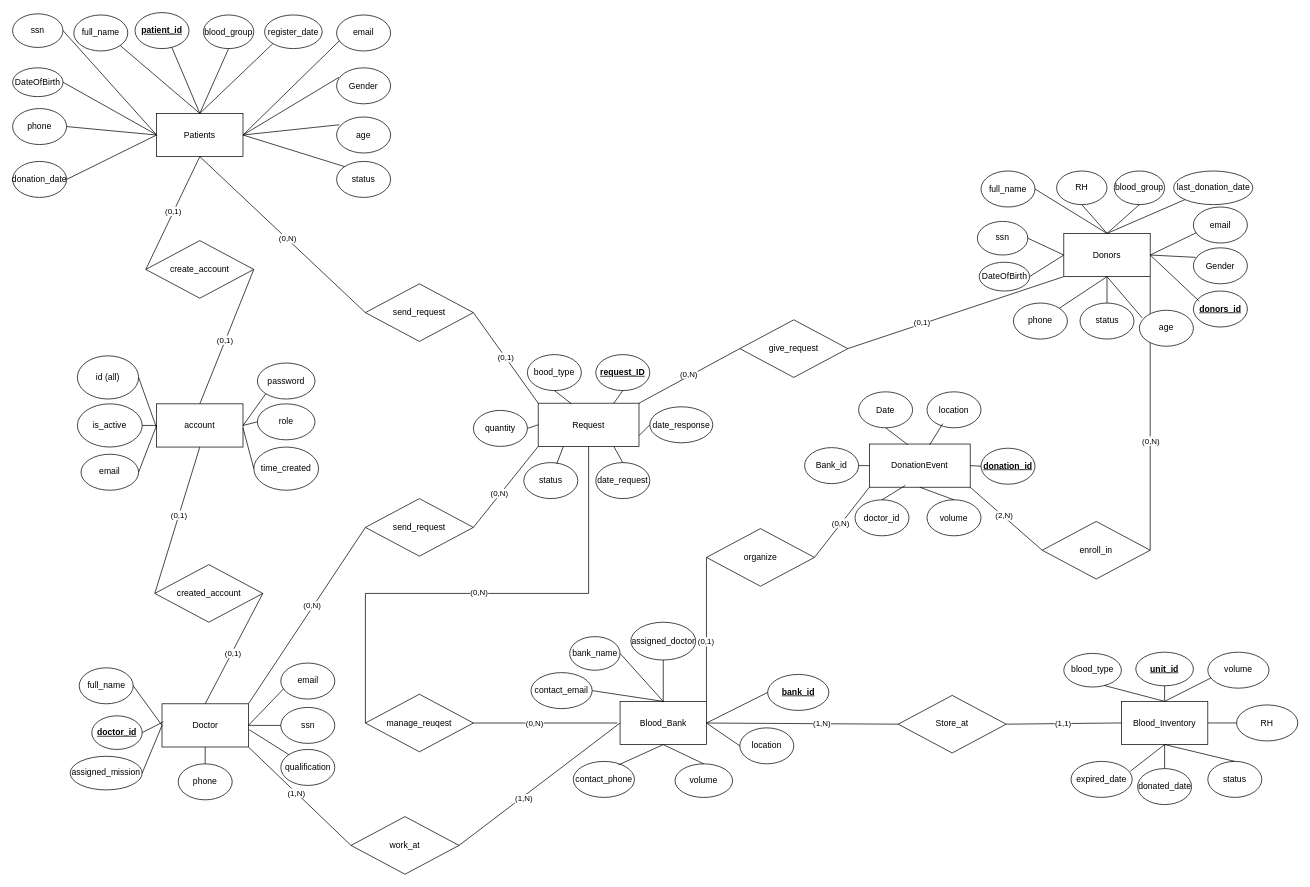
This is ERD/ERD_Blood_Donation.drawio from MinhMan1301/blood_donation_project_group_4, a draw.io file, before an edit. Source tidied: cells renumbered, new cells numbered last; positions are measured from the earlier drawing's top-left corner, leaving out a move shared by most shapes. Both pictures are drawn from the tidied source at 72%, with x=0, y=0 at pixel (12, 12).
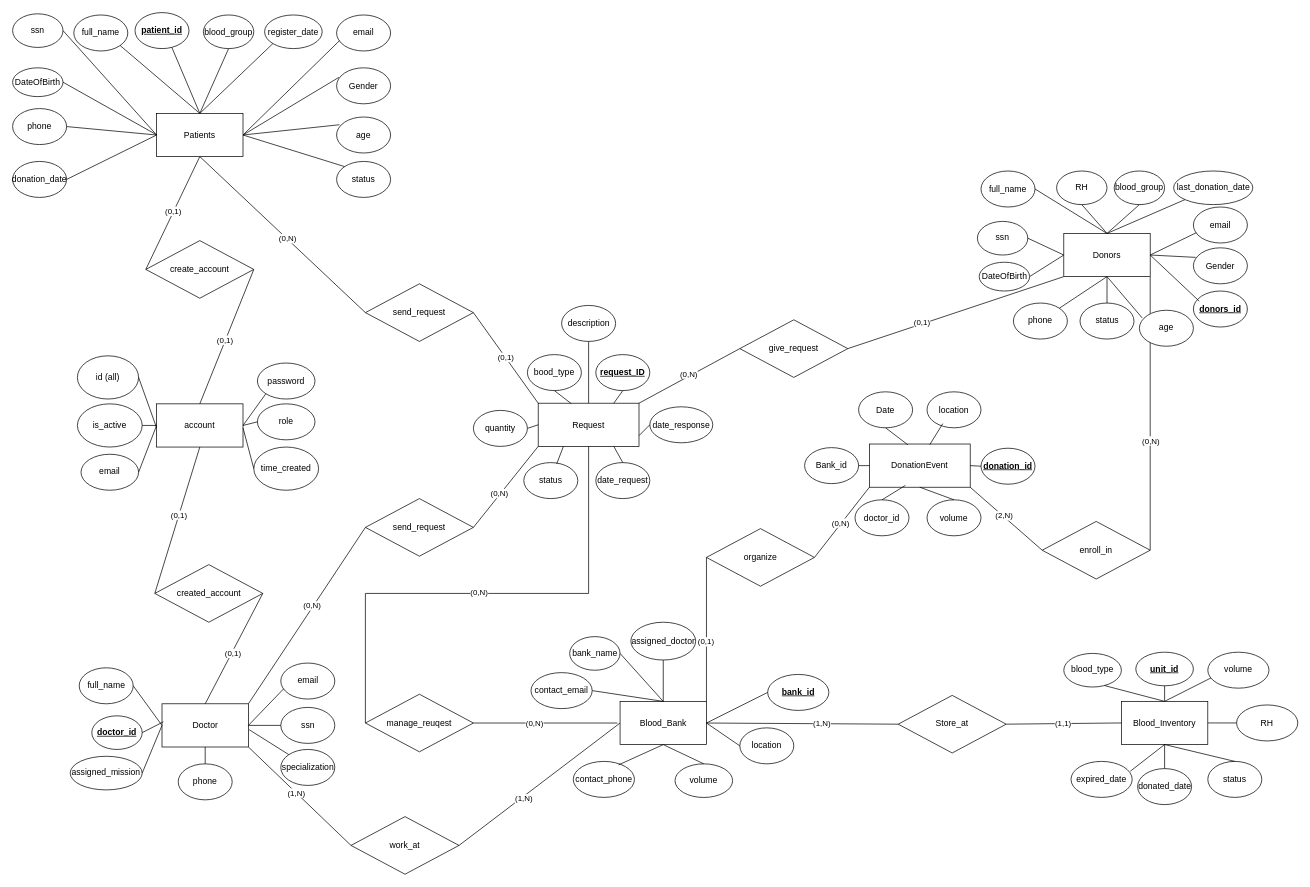
The same diagram, later.

Commit message:
bổ sung invetory erd

The change refers to these unchanged cells:
```xml
<mxCell id="39" style="group;" parent="1" vertex="1">
  <mxGeometry x="120" y="896.7" width="327.5" height="196.7" as="geometry" />
</mxCell>
<mxCell id="56" value="Request" style="rounded=0;whiteSpace=wrap;html=1;" parent="55" vertex="1">
  <mxGeometry x="90" y="67.5" width="140" height="60" as="geometry" />
</mxCell>
```

What changed in the source:
```diff
@@
-    <mxCell id="49" value="qualification" style="ellipse;whiteSpace=wrap;html=1;" parent="39" vertex="1">
+    <mxCell id="49" value="specialization" style="ellipse;whiteSpace=wrap;html=1;" parent="39" vertex="1">
       <mxGeometry x="252.5" y="126.7" width="75" height="50" as="geometry" />
     </mxCell>
@@
+    <mxCell id="198" value="description" style="ellipse;whiteSpace=wrap;html=1;" parent="1" vertex="1">
+      <mxGeometry x="762.5" y="406.7" width="75" height="50" as="geometry" />
+    </mxCell>
+    <mxCell id="199" style="endArrow=none;html=1;rounded=0;entryX=0.5;entryY=1;entryDx=0;entryDy=0;exitX=0.5;exitY=0;exitDx=0;exitDy=0;" parent="1" edge="1" source="56" target="198">
+      <mxGeometry relative="1" as="geometry" />
+    </mxCell>
```
